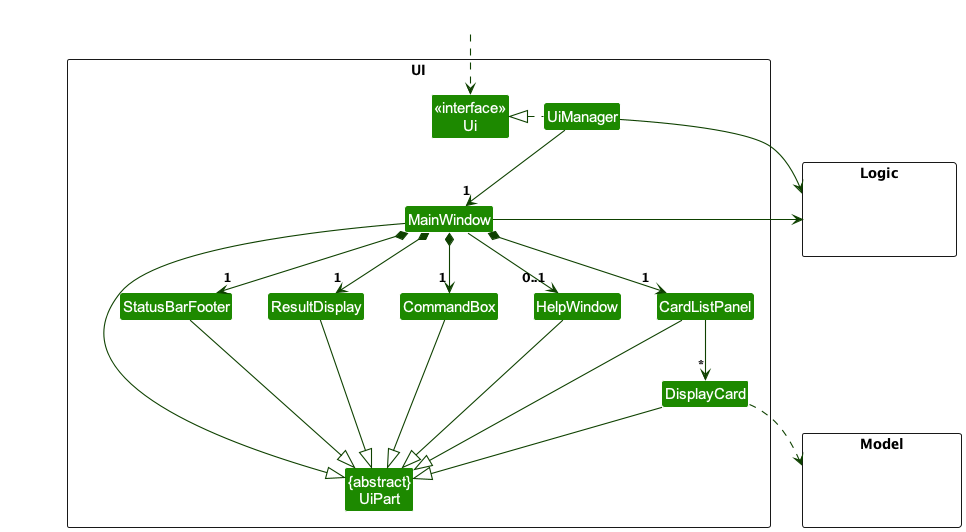
Earlier version of the PlantUML export docs/images/UiClassDiagram.png (nus-cs2103-AY2324S1/tp).
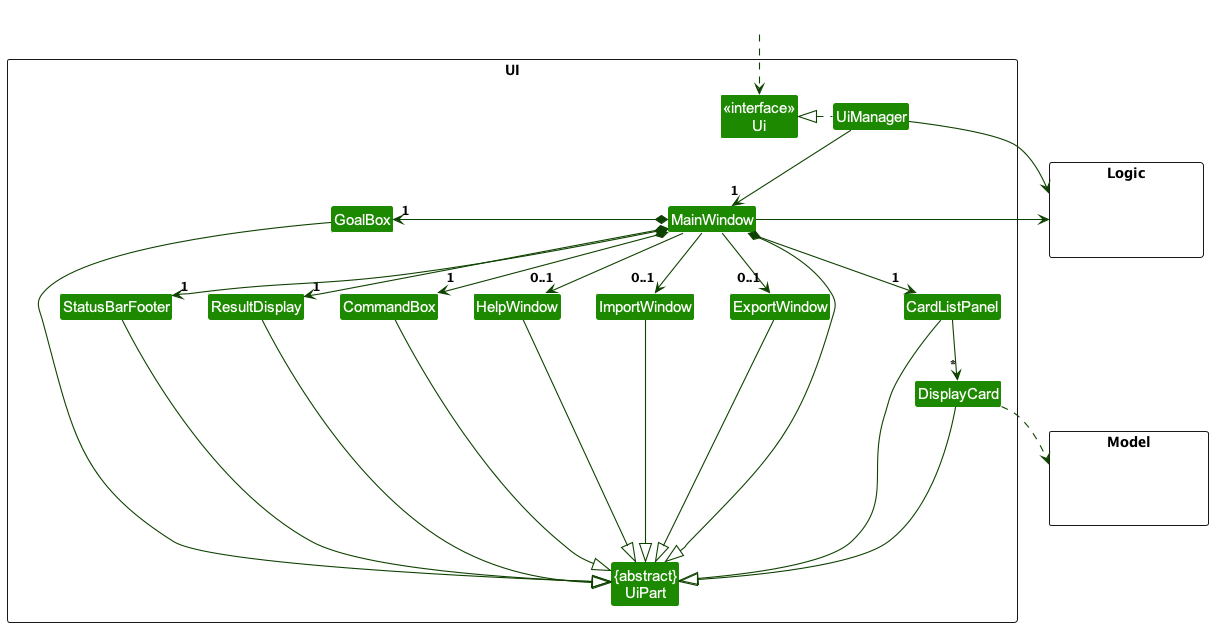
The same diagram one commit later.

What changed in the source:
```diff
@@ -15,6 +15,9 @@
 Class DisplayCard
 Class StatusBarFooter
 Class CommandBox
+Class GoalBox
+Class ExportWindow
+Class ImportWindow
 }
 
 package Model <<Rectangle>> {
@@ -29,23 +32,28 @@
 HiddenOutside ..> Ui
 
 UiManager .left.|> Ui
-UiManager -down-> "1" MainWindow
-MainWindow *-down->  "1" CommandBox
+UiManager --> "1" MainWindow
+MainWindow *-down-> "1" CommandBox
 MainWindow *-down-> "1" ResultDisplay
-MainWindow *-down-> "1" CardListPanel
+MainWindow *-left-> "1" GoalBox
+MainWindow *-right-> "1" CardListPanel
 MainWindow *-down-> "1" StatusBarFooter
 MainWindow --> "0..1" HelpWindow
-
+MainWindow --> "0..1" ExportWindow
+MainWindow --> "0..1" ImportWindow
 CardListPanel -down-> "*" DisplayCard
 
-MainWindow -left-|> UiPart
+MainWindow -right-|> UiPart
 
 ResultDisplay --|> UiPart
 CommandBox --|> UiPart
 CardListPanel --|> UiPart
-DisplayCard --|> UiPart
-StatusBarFooter --|> UiPart
+DisplayCard ---|> UiPart
+StatusBarFooter ---|> UiPart
 HelpWindow --|> UiPart
+GoalBox --|> UiPart
+ImportWindow --|> UiPart
+ExportWindow --|> UiPart
 
 DisplayCard ..> Model
 UiManager -right-> Logic
@@ -53,6 +61,8 @@
 
 CardListPanel -[hidden]left- HelpWindow
 HelpWindow -[hidden]left- CommandBox
+ExportWindow -[hidden]left- CommandBox
+ImportWindow -[hidden]left- CommandBox
 CommandBox -[hidden]left- ResultDisplay
 ResultDisplay -[hidden]left- StatusBarFooter
 
```
